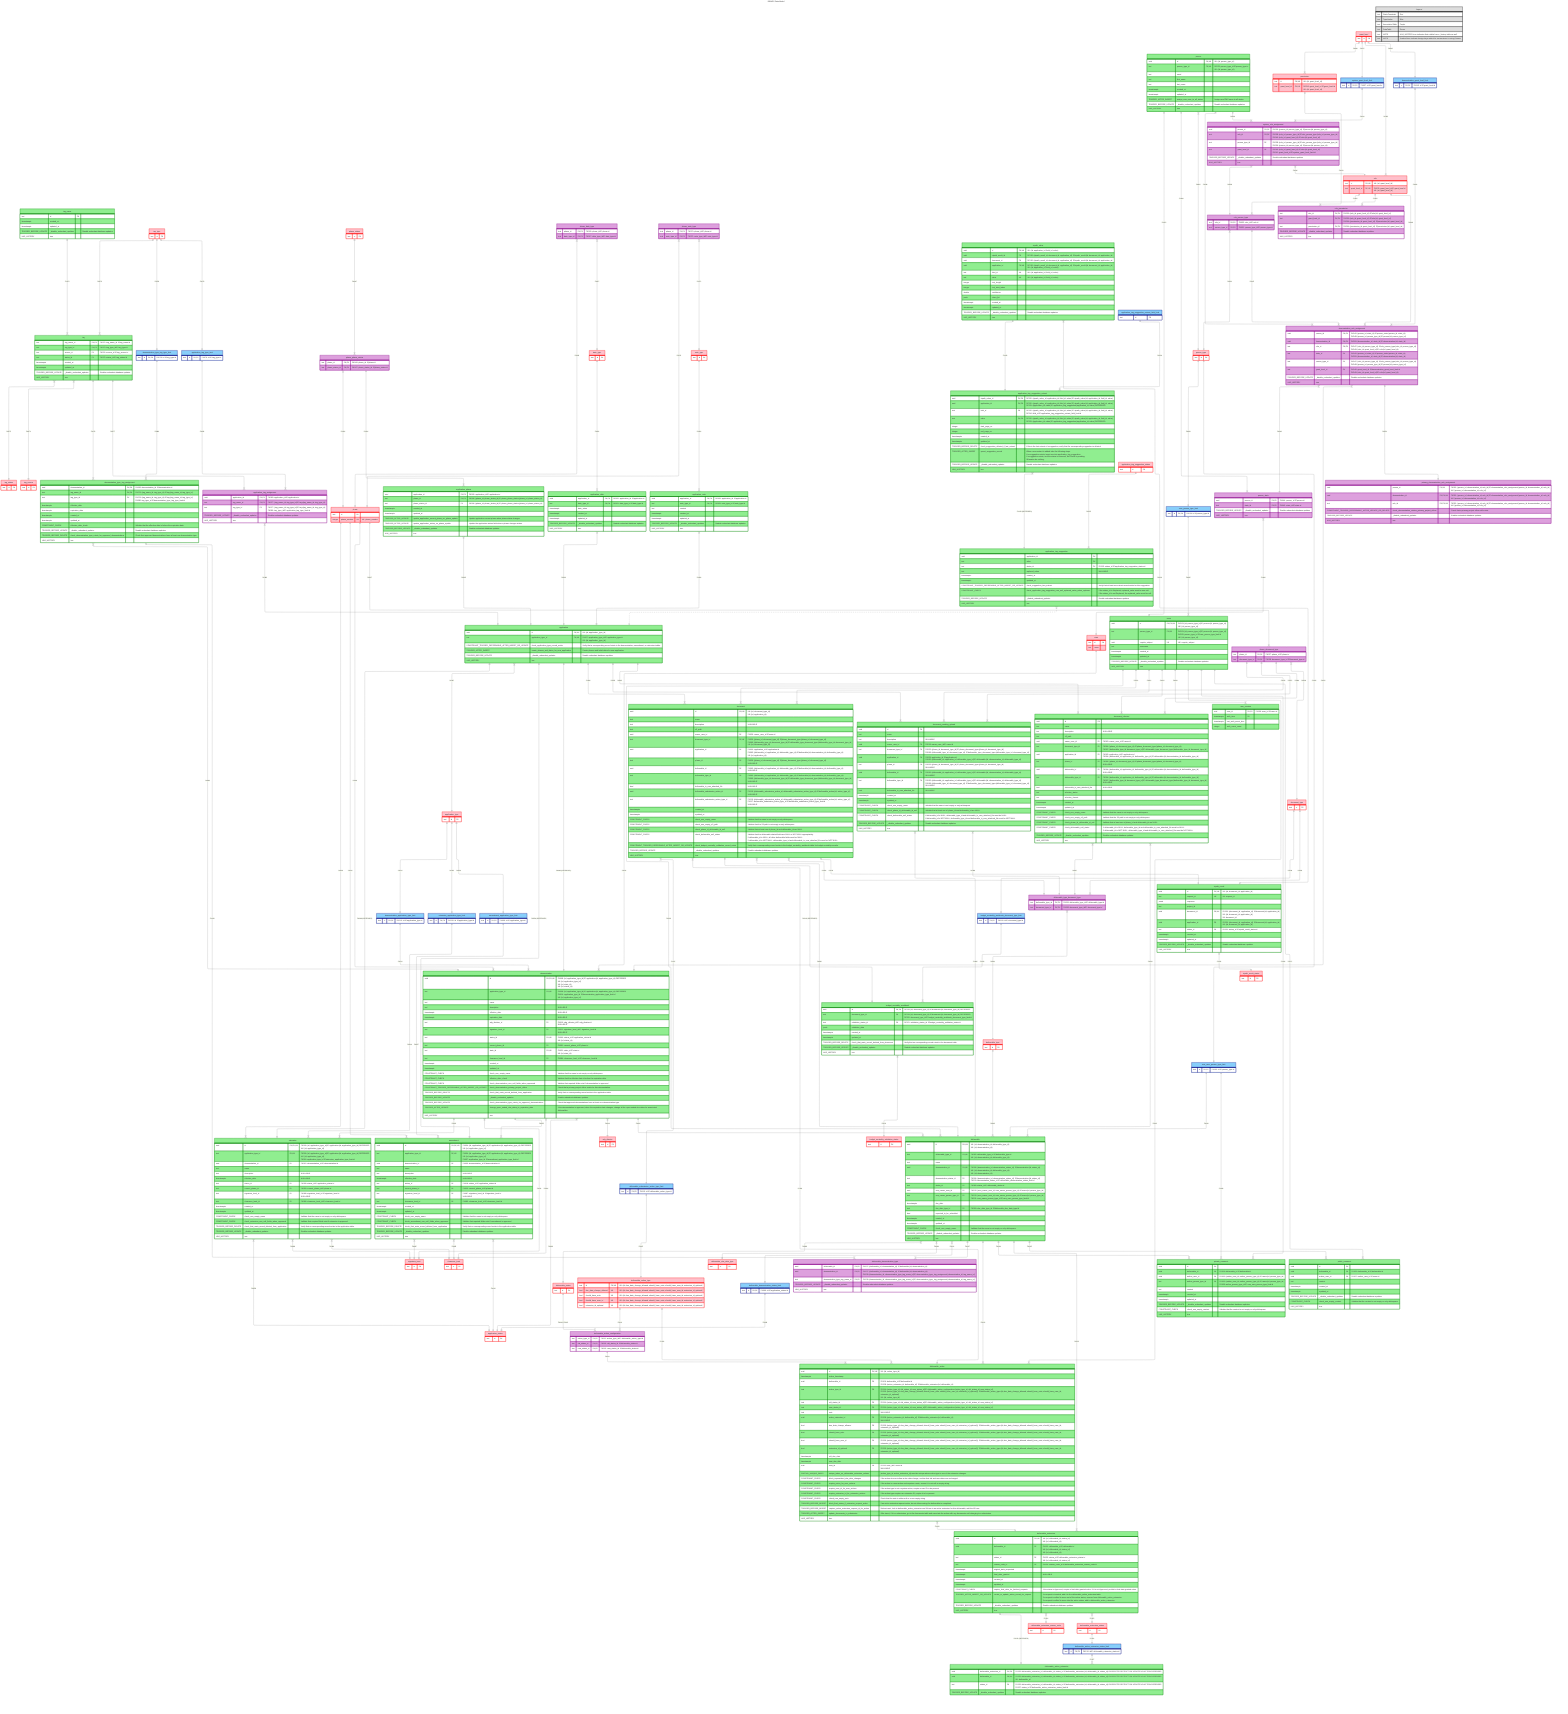
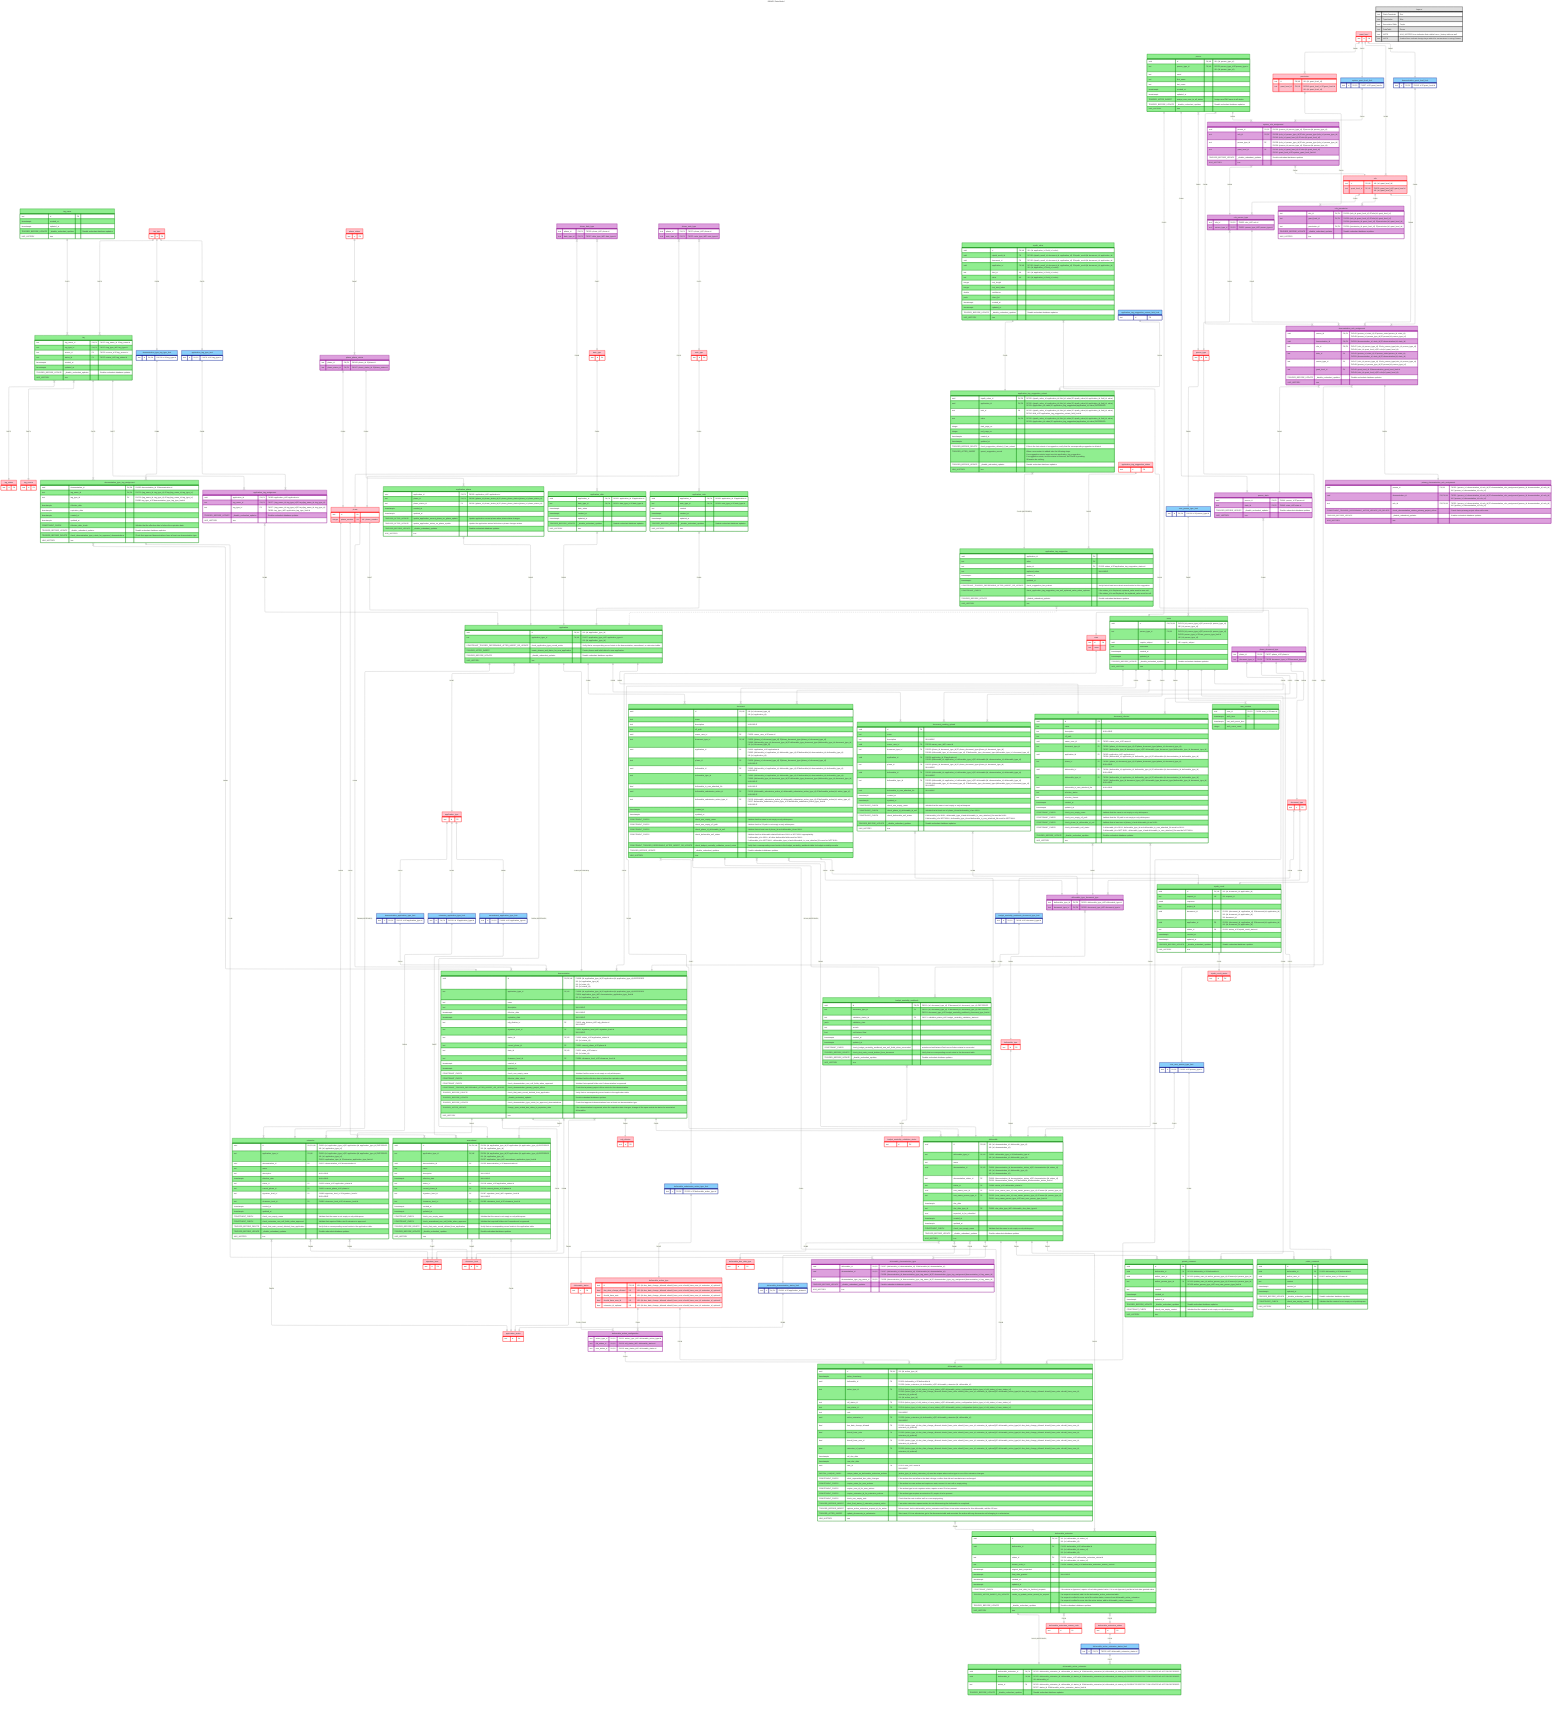
---
title: DEMOS Data Model
config:
  theme: default
  layout: elk
  elk:
    nodePlacementStrategy: NETWORK_SIMPLEX
---

erDiagram
  classDef staticConstraint stroke:red,fill:pink
  classDef typeLimiter stroke:navy,fill:lightskyblue
  classDef dataTable stroke:green,fill:lightgreen
  classDef associativeTable stroke:darkmagenta,fill:plum
  classDef legend stroke:black,fill:#ddd

  tag_name ||--|{ tag : "FK072"
  tag_type ||--|{ tag : "FK073"
  tag }|--|| tag_status : "FK075"
  tag }|--|| tag_source : "FK074"
  tag ||--|{ demonstration_type_tag_assignment : "FK076"
  tag ||--|{ application_tag_assignment : "FK077"
  tag_type ||--|| demonstration_type_tag_type_limit : "FK078"
  tag_type ||--|| application_tag_type_limit : "FK079"
  demonstration_type_tag_type_limit ||--|{ demonstration_type_tag_assignment : "FK080"
  application_tag_type_limit ||--|{ application_tag_assignment : "FK081"
  demonstration_type_tag_assignment }|--|| demonstration : "FK082"
  application_tag_assignment }|--|| application : "FK083"
  phase_status ||--|{ phase_phase_status : "FK067"
  phase_phase_status }|--|| phase : "FK066"
  phase_phase_status ||--|{ application_phase  : "FK004"
  phase_date_type }|--|| phase : "FK003"
  phase_note_type }|--|| phase : "FK070"
  phase_date_type }|--|| date_type: "FK017"
  phase_note_type }|--|| note_type: "FK071"
  application_phase }|--|| application : "FK005"
  date_type ||--|{ application_date  : "FK001"
  note_type ||--|{ application_note  : "FK069"
  application_date }|--|| application : "FK002"
  application_note }|--|| application : "FK068"
  application }|--|| application_type : "FK007"
  application ||--|| demonstration : "FK008 (DEFERRED)"
  application ||--|| extension : "FK009 (DEFERRED)"
  application ||--|| amendment : "FK054 (DEFERRED)"
  demonstration }|--|| sdg_division : "FK010"
  demonstration }|--|| signature_level : "FK011"
  demonstration ||--|{ extension : "FK012"
  demonstration ||--|{ amendment : "FK055"
  application_type ||--|| demonstration_application_type_limit : "FK013"
  demonstration_application_type_limit ||--|{ demonstration : "FK014"
  application_type ||--|| extension_application_type_limit : "FK015"
  extension_application_type_limit ||--|{ extension : "FK016"
  application_type ||--|| amendment_application_type_limit : "FK056"
  amendment_application_type_limit ||--|{ amendment : "FK057"
  amendment }|--|| application_status : "FK018"
  phase ||--|{ amendment : "FK020"
  extension }|--|| application_status : "FK058"
  phase ||--|{ extension : "FK059"
  demonstration }|--|| application_status : "FK060"
  phase ||--|{ demonstration : "FK061"
  state ||--|{ demonstration : "FK021"
  person }|--|| person_type : "FK022"
  person ||--|| users : "FK023"
  person_type ||--|| user_person_type_limit : "FK024"
  user_person_type_limit ||--|{ users : "FK025"
  users ||--|{ document : "FK026"
  users ||--|{ document_pending_upload : "FK019"
  users ||--|{ document_infected : "FK063"
  users ||--|{ user_session : "FK139"
  phase ||--|{ phase_document_type : "FK027"
  phase_document_type }|--|| document_type : "FK028"
  phase_document_type ||--|{ document : "FK029"
  phase_document_type ||--|{ document_pending_upload : "FK052"
  phase_document_type ||--|{ document_infected : "FK064"
  application ||--|{ document : "FK030"
  application ||--|{ document_pending_upload : "FK053"
  application ||--|{ document_infected : "FK065"
  role_person_type }|--|| person_type : "FK031"
  role ||--|{ role_person_type : "FK032"
  role ||--|{ role_permission : "FK033"
  permission ||--|{ role_permission : "FK034"
  grant_level ||--|{ role : "FK035"
  grant_level ||--|{ permission : "FK036"
  system_grant_level_limit ||--|{ system_role_assignment : "FK041"
  system_role_assignment }|--|| role_person_type : "FK038"
  person ||--|{ system_role_assignment : "FK039"
  system_role_assignment }|--|| role : "FK040"
  grant_level ||--|| system_grant_level_limit : "FK037"
  demonstration_role_assignment }|--|| person_state : "FK042"
  person_state }|--|| state : "FK043"
  person ||--|{ person_state : "FK044"
  grant_level ||--|| demonstration_grant_level_limit : "FK045"
  demonstration_grant_level_limit ||--|{ demonstration_role_assignment : "FK046"
  role_person_type ||--|{ demonstration_role_assignment : "FK047"
  person ||--|{ demonstration_role_assignment : "FK048"
  role ||--|{ demonstration_role_assignment : "FK049"
  demonstration_role_assignment }|--|| demonstration : "FK050"
  demonstration_role_assignment ||--|| primary_demonstration_role_assignment : "FK051"
  demonstration }|--|| clearance_level : "FK084"
  amendment }|--|| clearance_level : "FK085"
  extension }|--|| clearance_level : "FK086"
  amendment }|--|| signature_level : "FK087"
  extension }|--|| signature_level : "FK088"
  document_type ||--|| budget_neutrality_workbook_document_type_limit : "FK118"
  document ||--|| budget_neutrality_workbook : "FK119 (DEFERRED)"
  budget_neutrality_workbook_document_type_limit ||--|{ budget_neutrality_workbook : "FK120"
  budget_neutrality_workbook }|--|| budget_neutrality_validation_status : "FK121"
  document }|--|| deliverable_action : "FK116"
  document }|--|| deliverable_submission_action_type_limit : "FK117"
  deliverable_status ||--|{ deliverable_action_configuration : "FK110, FK113"
  deliverable_action_type ||--|{ deliverable_action_configuration : "FK111"
  deliverable_action_type ||--|{ deliverable_action : "FK136"
  deliverable_action_configuration ||--|{ deliverable_action : "FK114"
  deliverable_submission_action_type_limit ||--|| deliverable_action_type : "FK115"
  demonstration ||--|{ deliverable : "FK006"
  deliverable_type ||--|{ deliverable : "FK062"
  deliverable }|--|| deliverable_status : "FK089"
  deliverable }|--|| deliverable_due_date_type : "FK090"
  document_type ||--|{ deliverable_type_document_type : "FK092"
  deliverable_type_document_type }|--|| deliverable_type : "FK091"
  document }|--|| deliverable : "FK093"
  document_infected }|--|| deliverable : "FK094"
  document_pending_upload }|--|| deliverable : "FK095"
  document }|--|| deliverable_type_document_type : "FK096"
  document_infected }|--|| deliverable_type_document_type : "FK097"
  document_pending_upload }|--|| deliverable_type_document_type : "FK098"
  deliverable_demonstration_status_limit ||--|| application_status : "FK099"
  deliverable }|--|| deliverable_demonstration_status_limit : "FK100"
  cms_user_person_type_limit ||--|{ deliverable : "FK101"
  person_type ||--|| cms_user_person_type_limit : "FK102"
  users ||--|{ deliverable : "FK103"
  deliverable ||--|{ deliverable_action : "FK109"
  deliverable_action }|--|| deliverable_extension : "FK128"
  deliverable ||--|{ deliverable_extension : "FK122"
  deliverable ||--|{ deliverable_demonstration_type : "FK137"
  demonstration_type_tag_assignment ||--|{ deliverable_demonstration_type : "FK138"
  deliverable_extension }|--|| deliverable_extension_reason_code : "FK124"
  deliverable_extension }|--|| deliverable_extension_status : "FK123"
  deliverable_extension_status ||--|| deliverable_active_extension_status_limit : "FK126"
  deliverable_active_extension_status_limit ||--|{ deliverable_active_extension : "FK127"
  deliverable_extension ||--|| deliverable_active_extension : "FK125 (DEFERRED)"
  deliverable ||--|{ private_comment : "FK104"
  deliverable ||--|{ public_comment : "FK105"
  users ||--|{ private_comment : "FK106"
  users ||--|{ public_comment : "FK107"
  cms_user_person_type_limit ||--|{ private_comment : "FK108"
  users ||--|{ deliverable_action : "FK112"
  document ||--|| uipath_result : "FK129"
  uipath_result ||--|{ uipath_value : "FK130"
  uipath_result }|--|| uipath_result_status : "FK131"
  uipath_value ||--|| application_tag_suggestion_extract : "FK132"
  application_tag_suggestion_extract }|--|| application_tag_suggestion : "FK133 (DEFERRED)"
  application_tag_suggestion_extract_field_limit ||--|{ application_tag_suggestion_extract : "FK134"
  application_tag_suggestion_status ||--|{ application_tag_suggestion : "FK135"
  application_tag_suggestion }|..|| application : ""

  %% Static Constraints
  application_status:::staticConstraint {
    text id PK
  }

  application_tag_suggestion_status:::staticConstraint {
    text id PK
  }

  application_type:::staticConstraint {
    text id PK
  }

  budget_neutrality_validation_status:::staticConstraint {
    text id PK
  }

  clearance_level:::staticConstraint {
    text id PK
  }

  date_type:::staticConstraint {
    text id PK
  }

  deliverable_action_type:::staticConstraint {
    text id PK, UK "UK: (id, due_date_change_allowed, should_have_note, should_have_user_id, extension_id_optional)"
    bool due_date_change_allowed UK "UK: (id, due_date_change_allowed, should_have_note, should_have_user_id, extension_id_optional)"
    bool should_have_note UK "UK: (id, due_date_change_allowed, should_have_note, should_have_user_id, extension_id_optional)"
    bool should_have_user_id UK "UK: (id, due_date_change_allowed, should_have_note, should_have_user_id, extension_id_optional)"
    bool extension_id_optional UK "UK: (id, due_date_change_allowed, should_have_note, should_have_user_id, extension_id_optional)"
  }

  deliverable_due_date_type:::staticConstraint {
    text id PK
  }

  deliverable_extension_reason_code:::staticConstraint {
    text id PK
  }

  deliverable_extension_status:::staticConstraint {
    text id PK
  }

  deliverable_status:::staticConstraint {
    text id PK
  }

  deliverable_type:::staticConstraint {
    text id PK
  }

  document_type:::staticConstraint {
    text id PK
  }

  grant_level:::staticConstraint {
    text id PK
  }

  note_type:::staticConstraint {
    text id PK
  }

  permission:::staticConstraint {
    text id PK, UK "UK: (id, grant_level_id)"
    text grant_level_id FK, UK "FK036: grant_level_id ∈ grant_level.id<br>UK: (id, grant_level_id)"
  }

  person_type:::staticConstraint {
    text id PK
  }

  phase:::staticConstraint {
    text id PK
    integer phase_number UK "UK: phase_number"
  }

  phase_status:::staticConstraint {
    text id PK
  }

  role:::staticConstraint {
    text id PK, UK "UK: (id, grant_level_id)"
    text grant_level_id FK, UK "FK035: grant_level_id ∈ grant_level.id<br>UK: (id, grant_level_id)"
  }

  sdg_division:::staticConstraint {
    text id PK
  }

  signature_level:::staticConstraint {
    text id PK
  }

  state:::staticConstraint {
    text id PK
    text name
  }

  tag_source:::staticConstraint {
    text id PK
  }

  tag_status:::staticConstraint {
    text id PK
  }

  tag_type:::staticConstraint {
    text id PK
  }

  uipath_result_status:::staticConstraint {
    text id PK
  }

  %% Type Limiters
  amendment_application_type_limit:::typeLimiter {
    text id PK, FK "FK056: id ∈ application_type.id"
  }

  application_tag_suggestion_extract_field_limit:::typeLimiter {
    text id PK
  }

  application_tag_type_limit:::typeLimiter {
    text id PK, FK "FK079: id ∈ tag_type.id"
  }

  budget_neutrality_workbook_document_type_limit:::typeLimiter {
    text id PK, FK "FK118: id ∈ document_type.id"
  }

  cms_user_person_type_limit:::typeLimiter {
    text id PK, FK "FK102: id ∈ person_type.id"
  }

  deliverable_active_extension_status_limit:::typeLimiter {
    text id PK, FK "FK126: id ∈ deliverable_extension_status.id"
  }

  deliverable_demonstration_status_limit:::typeLimiter {
    text id PK, FK "FK099: id ∈ application_status.id"
  }

  deliverable_submission_action_type_limit:::typeLimiter {
    text id PK, FK "FK115: id ∈ deliverable_action_type.id"
  }

  demonstration_application_type_limit:::typeLimiter {
    text id PK, FK "FK013: id ∈ application_type.id"
  }

  demonstration_grant_level_limit:::typeLimiter {
    text id PK, FK "FK045: id ∈ grant_level.id"
  }

  demonstration_type_tag_type_limit:::typeLimiter {
    text id PK, FK "FK078: id ∈ tag_type.id"
  }

  extension_application_type_limit:::typeLimiter {
    text id PK, FK "FK015: id ∈ application_type.id"
  }

  system_grant_level_limit:::typeLimiter {
    text id PK, FK "FK037: id ∈ grant_level.id"
  }

  user_person_type_limit:::typeLimiter {
    text id PK, FK "FK024: id ∈ person_type.id"
  }

  %% Data Tables
  amendment:::dataTable {
    uuid id PK, FK, UK "FK054: (id, application_type_id) ∈ application.(id, application_type_id) DEFERRED<br>UK: (id, application_type_id)"
    text application_type_id FK, UK "FK054: (id, application_type_id) ∈ application.(id, application_type_id) DEFERRED<br>UK: (id, application_type_id)<br>FK057: application_type_id ∈ amendment_application_type_limit.id"
    uuid demonstration_id FK "FK055: demonstration_id ∈ demonstration.id"
    text name
    text description "NULLABLE"
    timestamptz effective_date "NULLABLE"
    text status_id FK "FK018: status_id ∈ application_status.id"
    text current_phase_id FK "FK020: current_phase_id ∈ phase.id"
    text signature_level_id FK "FK087: signature_level_id ∈ signature_level.id<br>NULLABLE"
    text clearance_level_id FK "FK085: clearance_level_id ∈ clearance_level.id"
    timestamptz created_at
    timestamptz updated_at
    CONSTRAINT_CHECK check_non_empty_name "Validate that the name is not empty or only whitespace."
    CONSTRAINT_CHECK check_amendment_non_null_fields_when_approved  "Validate that required fields exist if amendment is approved."
    TRIGGER_BEFORE_DELETE check_that_main_record_deleted_from_application "Verify that no corresponding record exists in the application table."
    TRIGGER_BEFORE_UPDATE _disable_redundant_updates "Disable redundant database updates."
    HAS_HISTORY true
  }

  application:::dataTable {
    uuid id PK, UK "UK: (id, application_type_id)"
    text application_type_id FK, UK "FK007: application_type_id ∈ application_type.id<br>UK: (id, application_type_id)"
    CONSTRAINT_TRIGGER_DEFERRABLE_AFTER_INSERT_OR_UPDATE check_application_type_record_exists "Verify that a corresponding record exists in the demonstration, amendment, or extension tables."
    TRIGGER_AFTER_INSERT create_phases_and_dates_for_new_application "Create phases and initial dates for new application."
    TRIGGER_BEFORE_UPDATE _disable_redundant_updates "Disable redundant database updates."
    HAS_HISTORY true
  }

  application_date:::dataTable {
    uuid application_id PK, FK "FK002: application_id ∈ application.id"
    text date_type_id PK, FK "FK001: date_type_id ∈ date_type.id"
    timestamptz date_value
    timestamptz created_at
    timestamptz updated_at
    TRIGGER_BEFORE_UPDATE _disable_redundant_updates "Disable redundant database updates."
    HAS_HISTORY true
  }

  application_note:::dataTable {
    uuid application_id PK, FK "FK068: application_id ∈ application.id"
    text note_type_id PK, FK "FK069: note_type_id ∈ note_type.id"
    text content
    timestamptz created_at
    timestamptz updated_at
    TRIGGER_BEFORE_UPDATE _disable_redundant_updates "Disable redundant database updates."
    HAS_HISTORY true
  }

  application_phase:::dataTable {
    uuid application_id PK, FK "FK005: application_id ∈ application.id"
    text phase_id PK, FK "FK004: (phase_id, phase_status_id) ∈ phase_phase_status.(phase_id, phase_status_id)"
    text phase_status_id FK "FK004: (phase_id, phase_status_id) ∈ phase_phase_status.(phase_id, phase_status_id)"
    timestamptz created_at
    timestamptz updated_at
    TRIGGER_AFTER_UPDATE update_application_current_phase_on_phase_update "Update application current phase when phase status changes."
    TRIGGER_AFTER_UPDATE update_application_status_on_phase_update "Update the application status field when a phase changes status."
    TRIGGER_BEFORE_UPDATE _disable_redundant_updates "Disable redundant database updates."
    HAS_HISTORY true
  }

  application_tag_suggestion:::dataTable {
    uuid application_id PK
    text value PK
    text status_id FK "FK135: status_id ∈ application_tag_suggestion_status.id"
    text replaced_value "NULLABLE"
    timestamptz created_at
    timestamptz updated_at
    CONSTRAINT_TRIGGER_DEFERRABLE_AFTER_INSERT_OR_UPDATE check_suggestion_has_extract "Verify that at least one extract record exists for this suggestion."
    CONSTRAINT_CHECK check_application_tag_suggestion_non_null_replaced_value_when_replaced "If the status_id is Replaced, replaced_value must be non null.<br>If the status_id is not Replaced, the replaced_value must be null."
    TRIGGER_BEFORE_UPDATE _disable_redundant_updates "Disable redundant database updates."
    HAS_HISTORY true
  }

  application_tag_suggestion_extract:::dataTable {
    uuid uipath_value_id PK, FK "FK132: (uipath_value_id, application_id, field_id, value) ∈ uipath_value.(id, application_id, field_id, value)"
    uuid application_id PK, FK "FK132: (uipath_value_id, application_id, field_id, value) ∈ uipath_value.(id, application_id, field_id, value)<br>FK133: (application_id, value) ∈ application_tag_suggestion.(application_id, value) DEFERRED"
    text field_id FK "FK132: (uipath_value_id, application_id, field_id, value) ∈ uipath_value.(id, application_id, field_id, value)<br>FK134: field_id ∈ application_tag_suggestion_extract_field_limit.id"
    text value PK, FK "FK132: (uipath_value_id, application_id, field_id, value) ∈ uipath_value.(id, application_id, field_id, value)<br>FK133: (application_id, value) ∈ application_tag_suggestion.(application_id, value) DEFERRED"
    integer start_page_no
    integer end_page_no
    timestamptz created_at
    timestamptz updated_at
    TRIGGER_BEFORE_DELETE check_suggestion_deleted_if_last_extract "If this is the last extract of a suggestion, verify that the corresponding suggestion is deleted."
    TRIGGER_AFTER_INSERT upsert_suggestion_record "When a new extract is added take the following steps.<br>If no suggestion exists, insert one into application_tag_suggestion.<br>If a suggestion exists, and the status is removed, set it back to pending.<br>Otherwise do nothing."
    TRIGGER_BEFORE_UPDATE _disable_redundant_updates "Disable redundant database updates."
    HAS_HISTORY true
  }

  budget_neutrality_workbook:::dataTable {
    uuid id PK, FK "FK119: (id, document_type_id) ∈ document.(id, document_type_id) DEFERRED"
    text document_type_id FK "FK119: (id, document_type_id) ∈ document.(id, document_type_id) DEFERRED<br>FK120: document_type_id ∈ budget_neutrality_workbook_document_type_limit.id"
    text validation_status_id FK "FK121: validation_status_id ∈ budget_neutrality_validation_status.id"
    jsonb validation_data
-     timestamptz created_at
-     timestamptz updated_at
+     text actuals
+     float netVarianceTotal
+     timestamptz created_at
+     timestamptz updated_at
+     CONSTRAINT_CHECK check_budget_neutrality_workbook_non_null_fields_when_succeeded "actuals and netVarianceTotal non null when status is succeeded"
    TRIGGER_BEFORE_DELETE check_that_main_record_deleted_from_document "Verify that no corresponding record exists in the document table."
    TRIGGER_BEFORE_UPDATE _disable_redundant_updates "Disable redundant database updates."
    HAS_HISTORY true
  }

  %% NOTE: That empty line with <br>&nbsp; is a layout hack for Mermaid
  deliverable:::dataTable {
    uuid id PK, UK "UK: (id, demonstration_id, deliverable_type_id)<br>UK: (id, demonstration_id)<br>&nbsp;"
    text deliverable_type_id FK, UK "FK062: deliverable_type_id ∈ deliverable_type.id<br>UK: (id, demonstration_id, deliverable_type_id)"
    text name
    uuid demonstration_id FK, UK "FK006: (demonstration_id, demonstration_status_id) ∈ demonstration.(id, status_id)<br>UK: (id, demonstration_id, deliverable_type_id)<br>UK: (id, demonstration_id)"
    text demonstration_status_id FK "FK006: (demonstration_id, demonstration_status_id) ∈ demonstration.(id, status_id)<br>FK100: demonstration_status_id ∈ deliverable_demonstration_status_limit.id"
    text status_id FK "FK089: status_id ∈ deliverable_status.id"
    uuid cms_owner_user_id FK "FK103: (cms_owner_user_id, cms_owner_person_type_id) ∈ users.(id, person_type_id)"
    text cms_owner_person_type_id FK "FK103: (cms_owner_user_id, cms_owner_person_type_id) ∈ users.(id, person_type_id)<br>FK101: cms_owner_person_type_id ∈ cms_user_person_type_limit.id"
    timestamptz due_date
    text due_date_type_id FK "FK090: due_date_type_id ∈ deliverable_due_date_type.id"
    bool expected_to_be_submitted
    timestamptz created_at
    timestamptz updated_at
    CONSTRAINT_CHECK check_non_empty_name "Validate that the name is not empty or only whitespace."
    TRIGGER_BEFORE_UPDATE _disable_redundant_updates "Disable redundant database updates."
    HAS_HISTORY true
  }

  deliverable_action:::dataTable {
    uuid id PK, UK "UK: (id, action_type_id)"
    timestamptz action_timestamp
    uuid deliverable_id FK "FK109: deliverable_id ∈ deliverable.id<br>FK128: (active_extension_id, deliverable_id) ∈ deliverable_extension.(id, deliverable_id)"
    text action_type_id FK "FK114: (action_type_id, old_status_id, new_status_id) ∈ deliverable_action_configuration.(action_type_id, old_status_id, new_status_id)<br>FK136: (action_type_id, due_date_change_allowed, should_have_note, should_have_user_id, extension_id_optional)) ∈ deliverable_action_type.(id, due_date_change_allowed, should_have_note, should_have_user_id, extension_id_optional)<br>UK: (id, action_type_id)"
    text old_status_id FK "FK114: (action_type_id, old_status_id, new_status_id) ∈ deliverable_action_configuration.(action_type_id, old_status_id, new_status_id)"
    text new_status_id FK "FK114: (action_type_id, old_status_id, new_status_id) ∈ deliverable_action_configuration.(action_type_id, old_status_id, new_status_id)"
    text note "NULLABLE"
    uuid active_extension_id FK "FK128: (active_extension_id, deliverable_id) ∈ deliverable_extension.(id, deliverable_id)<br>NULLABLE"
    bool due_date_change_allowed FK "FK136: (action_type_id, due_date_change_allowed, should_have_note, should_have_user_id, extension_id_optional)) ∈ deliverable_action_type.(id, due_date_change_allowed, should_have_note, should_have_user_id, extension_id_optional)"
    bool should_have_note FK "FK136: (action_type_id, due_date_change_allowed, should_have_note, should_have_user_id, extension_id_optional)) ∈ deliverable_action_type.(id, due_date_change_allowed, should_have_note, should_have_user_id, extension_id_optional)"
    bool should_have_user_id FK "FK136: (action_type_id, due_date_change_allowed, should_have_note, should_have_user_id, extension_id_optional)) ∈ deliverable_action_type.(id, due_date_change_allowed, should_have_note, should_have_user_id, extension_id_optional)"
    bool extension_id_optional FK "FK136: (action_type_id, due_date_change_allowed, should_have_note, should_have_user_id, extension_id_optional)) ∈ deliverable_action_type.(id, due_date_change_allowed, should_have_note, should_have_user_id, extension_id_optional)"
    timestamptz old_due_date
    timestamptz new_due_date
    uuid user_id FK "FK112: user_id ∈ users.id<br>NULLABLE"
    PARTIAL_UNIQUE_INDEX unique_index_on_deliverable_extension_actions "(action_type_id, active_extension_id) must be unique where action type is one of the extension changes."
    CONSTRAINT_CHECK block_unpermitted_due_date_changes "If the action does not allow a due date change, confirm that old and new dates are unchanged."
    CONSTRAINT_CHECK require_notes_for_user_actions "If the action is a user action and requires a note, ensure it is not null or empty string."
    CONSTRAINT_CHECK require_user_id_for_user_actions "If the action type is not a system action, require a user ID to be present."
    CONSTRAINT_CHECK require_extension_id_for_extension_actions "If the action type requires an extension ID, require it to be present."
    CONSTRAINT_CHECK check_non_empty_note "Check that the note is either null or a non empty string."
    TRIGGER_BEFORE_INSERT block_final_states_if_extension_request_active "If an active extension request exists, do not allow moving the deliverable to completed."
    TRIGGER_BEFORE_INSERT capture_active_extension_request_id_for_action "Before insert, look in deliverable_active_extension and if there is an active extension for this deliverable, add the ID here."
    TRIGGER_AFTER_INSERT update_documents_in_submission "After insert, if it is a submission, go to the documents table and associate the action with any documents not belonging to a submission."
    HAS_HISTORY true
  }

  deliverable_active_extension:::dataTable {
    uuid deliverable_extension_id PK, FK "FK125: deliverable_extension_id, deliverable_id, status_id ∈ deliverable_extension.(id, deliverable_id, status_id) ON DELETE RESTRICT ON UPDATE NO ACTION DEFERRED"
    uuid deliverable_id FK, UK "FK125: deliverable_extension_id, deliverable_id, status_id ∈ deliverable_extension.(id, deliverable_id, status_id) ON DELETE RESTRICT ON UPDATE NO ACTION DEFERRED<br>UK: deliverable_id"
    text status_id FK "FK125: deliverable_extension_id, deliverable_id, status_id ∈ deliverable_extension.(id, deliverable_id, status_id) ON DELETE RESTRICT ON UPDATE NO ACTION DEFERRED<br>FK127: status_id ∈ deliverable_active_extension_status_limit.id"
    TRIGGER_BEFORE_UPDATE _disable_redundant_updates "Disable redundant database updates."
  }

  deliverable_extension:::dataTable {
    uuid id PK, UK "UK: (id, deliverable_id, status_id)<br>UK: (id, deliverable_id)"
    uuid deliverable_id FK "FK122: deliverable_id ∈ deliverable.id<br>UK: (id, deliverable_id, status_id)<br>UK: (id, deliverable_id)"
    text status_id FK "FK123: status_id ∈ deliverable_extension_status.id<br>UK: (id, deliverable_id, status_id)"
    text reason_code_id FK "FK124: reason_code_id ∈ deliverable_extension_reason_code.id"
    timestamptz original_date_requested
    timestamptz final_date_granted "NULLABLE"
    timestamptz created_at
    timestamptz updated_at
    CONSTRAINT_CHECK require_final_date_for_finished_requests "If the status is Approved, require a final date granted value. If it is not Approved, prohibit a final date granted value."
    TRIGGER_AFTER_INSERT_OR_UPDATE create_or_update_active_record_for_request "If a request is inserted, add it to the deliverable_active_extension table.<br>If a request is edited to move out of the active status, remove from deliverable_active_extension.<br>If a request is edited to move into the active status, add to deliverable_active_extension."
    TRIGGER_BEFORE_UPDATE _disable_redundant_updates "Disable redundant database updates."
    HAS_HISTORY true
  }

  demonstration:::dataTable {
    uuid id PK, FK, UK "FK008: (id, application_type_id) ∈ application.(id, application_type_id) DEFERRED<br>UK: (id, application_type_id)<br>UK: (id, state_id)<br>UK: (id, status_id)"
    text application_type_id FK, UK "FK008: (id, application_type_id) ∈ application.(id, application_type_id) DEFERRED<br>FK014: application_type_id ∈ demonstration_application_type_limit.id<br>UK: (id, application_type_id)"
    text name
    text description "NULLABLE"
    timestamptz effective_date "NULLABLE"
    timestamptz expiration_date "NULLABLE"
    text sdg_division_id FK "FK010: sdg_division_id ∈ sdg_division.id<br>NULLABLE"
    text signature_level_id FK "FK011: signature_level_id ∈ signature_level.id<br>NULLABLE"
    text status_id FK, UK "FK060: status_id ∈ application_status.id<br>UK: (id, status_id)"
    text current_phase_id FK "FK061: current_phase_id ∈ phase.id"
    text state_id FK, UK "FK021: state_id ∈ state.id<br>UK: (id, state_id)"
    text clearance_level_id FK "FK084: clearance_level_id ∈ clearance_level.id"
    timestamptz created_at
    timestamptz updated_at
    CONSTRAINT_CHECK check_non_empty_name "Validate that the name is not empty or only whitespace."
    CONSTRAINT_CHECK effective_date_check "Validate that the effective date is before the expiration date."
    CONSTRAINT_CHECK check_demonstration_non_null_fields_when_approved "Validate that required fields exist if demonstration is approved."
    CONSTRAINT_TRIGGER_DEFERRABLE_AFTER_INSERT_OR_UPDATE check_demonstration_primary_project_officer "Check that a primary project officer exists for this demonstration."
    TRIGGER_BEFORE_DELETE check_that_main_record_deleted_from_application "Verify that no corresponding record exists in the application table."
    TRIGGER_BEFORE_UPDATE _disable_redundant_updates "Disable redundant database updates."
    TRIGGER_BEFORE_UPDATE check_demonstration_type_exists_for_approved_demonstrations "Check that approved demonstrations have at least one demonstration type."
    TRIGGER_AFTER_UPDATE change_open_ended_due_dates_to_expiration_date "If the demonstration is approved, when the expiration date changes, change all the open-ended due dates for associated deliverables."
    HAS_HISTORY true
  }

  demonstration_type_tag_assignment:::dataTable {
    uuid demonstration_id PK, FK "FK082: demonstration_id ∈ demonstration.id"
    text tag_name_id PK, FK "FK076: (tag_name_id, tag_type_id) ∈ tag.(tag_name_id, tag_type_id)"
    text tag_type_id FK "FK076: (tag_name_id, tag_type_id) ∈ tag.(tag_name_id, tag_type_id)<br>FK080: tag_type_id ∈ demonstration_type_tag_type_limit.id"
    timestamptz effective_date
    timestamptz expiration_date
    timestamptz created_at
    timestamptz updated_at
    CONSTRAINT_CHECK effective_date_check "Validate that the effective date is before the expiration date."
    TRIGGER_BEFORE_UPDATE _disable_redundant_updates "Disable redundant database updates."
    TRIGGER_BEFORE_DELETE check_demonstration_type_exists_for_approved_demonstrations "Check that approved demonstrations have at least one demonstration type."
    HAS_HISTORY true
  }

  document:::dataTable {
    uuid id PK, UK "UK: (id, document_type_id)<br>UK: (id, application_id)"
    text name
    text description "NULLABLE"
    text s3_path
    uuid owner_user_id FK "FK026: owner_user_id ∈ users.id"
    text document_type_id FK, UK "FK029: (phase_id, document_type_id) ∈ phase_document_type.(phase_id, document_type_id)<br>FK096: (deliverable_type_id, document_type_id) ∈ deliverable_type_document_type.(deliverable_type_id, document_type_id)<br>UK: (id, document_type_id)"
    uuid application_id FK "FK030: application_id ∈ application.id<br>FK093: (deliverable_id, application_id, deliverable_type_id) ∈ deliverable.(id, demonstration_id, deliverable_type_id)<br>UK: (id, application_id)"
    text phase_id FK "FK029: (phase_id, document_type_id) ∈ phase_document_type.(phase_id, document_type_id)<br>NULLABLE"
    uuid deliverable_id FK "FK093: (deliverable_id, application_id, deliverable_type_id) ∈ deliverable.(id, demonstration_id, deliverable_type_id)<br>NULLABLE"
    text deliverable_type_id FK "FK093: (deliverable_id, application_id, deliverable_type_id) ∈ deliverable.(id, demonstration_id, deliverable_type_id)<br>FK096: (deliverable_type_id, document_type_id) ∈ deliverable_type_document_type.(deliverable_type_id, document_type_id)<br>NULLABLE"
    bool deliverable_is_cms_attached_file "NULLABLE"
    uuid deliverable_submission_action_id FK "FK116: (deliverable_submission_action_id, deliverable_submission_action_type_id) ∈ deliverable_action.(id, action_type_id)<br>NULLABLE"
    text deliverable_submission_action_type_id FK "FK116: (deliverable_submission_action_id, deliverable_submission_action_type_id) ∈ deliverable_action.(id, action_type_id)<br>FK117: deliverable_submission_action_type_id ∈ deliverable_submission_action_type_limit.id<br>NULLABLE"
    timestamptz created_at
    timestamptz updated_at
    CONSTRAINT_CHECK check_non_empty_name "Validate that the name is not empty or only whitespace."
    CONSTRAINT_CHECK check_non_empty_s3_path "Validate that the S3 path is not empty or only whitespace."
    CONSTRAINT_CHECK check_phase_id_deliverable_id_null "Validate that at least one of phase_id and deliverable_id are NULL."
    CONSTRAINT_CHECK check_deliverable_null_states "Validate that the deliverable-related fields are NULL or NOT NULL appropriately.<br>If deliverable_id is NULL, all other deliverable fields must be NULL.<br>If deliverable_id is NOT NULL, deliverable_type_id and deliverable_is_cms_attached_file must be NOT NULL."
    CONSTRAINT_TRIGGER_DEFERRABLE_AFTER_INSERT_OR_UPDATE check_budget_neutrality_validation_record_exists "Verify that a corresponding record exists in the budget_neutrality_workbook table for budget neutrality records."
    TRIGGER_BEFORE_UPDATE _disable_redundant_updates "Disable redundant database updates."
    HAS_HISTORY true
  }

  document_infected:::dataTable {
    uuid id PK
    text name
    text description "NULLABLE"
    text s3_path
    uuid owner_user_id FK "FK063: owner_user_id ∈ users.id"
    text document_type_id FK "FK064: (phase_id, document_type_id) ∈ phase_document_type.(phase_id, document_type_id)<br>FK097: (deliverable_type_id, document_type_id) ∈ deliverable_type_document_type.(deliverable_type_id, document_type_id)"
    uuid application_id FK "FK065: application_id ∈ application.id<br>FK094: (deliverable_id, application_id, deliverable_type_id) ∈ deliverable.(id, demonstration_id, deliverable_type_id)"
    text phase_id FK "FK064: (phase_id, document_type_id) ∈ phase_document_type.(phase_id, document_type_id)<br>NULLABLE"
    uuid deliverable_id FK "FK094: (deliverable_id, application_id, deliverable_type_id) ∈ deliverable.(id, demonstration_id, deliverable_type_id)<br>NULLABLE"
    text deliverable_type_id FK "FK094: (deliverable_id, application_id, deliverable_type_id) ∈ deliverable.(id, demonstration_id, deliverable_type_id)<br>FK097: (deliverable_type_id, document_type_id) ∈ deliverable_type_document_type.(deliverable_type_id, document_type_id)<br>NULLABLE"
    bool deliverable_is_cms_attached_file "NULLABLE"
    text infection_status
    text infection_threats
    timestamptz created_at
    timestamptz updated_at
    CONSTRAINT_CHECK check_non_empty_name "Validate that the name is not empty or only whitespace."
    CONSTRAINT_CHECK check_non_empty_s3_path "Validate that the S3 path is not empty or only whitespace."
    CONSTRAINT_CHECK check_phase_id_deliverable_id_null "Validate that at least one of phase_id and deliverable_id are NULL."
    CONSTRAINT_CHECK check_deliverable_null_states "If deliverable_id is NULL, deliverable_type_id and deliverable_is_cms_attached_file must be NULL.<br>If deliverable_id is NOT NULL, deliverable_type_id and deliverable_is_cms_attached_file must be NOT NULL."
    TRIGGER_BEFORE_UPDATE _disable_redundant_updates "Disable redundant database updates."
    HAS_HISTORY true
  }

  document_pending_upload:::dataTable {
    uuid id PK
    text name
    text description "NULLABLE"
    uuid owner_user_id FK "FK019: owner_user_id ∈ users.id"
    text document_type_id FK "FK052: (phase_id, document_type_id) ∈ phase_document_type.(phase_id, document_type_id)<br>FK098: (deliverable_type_id, document_type_id) ∈ deliverable_type_document_type.(deliverable_type_id, document_type_id)"
    uuid application_id FK "FK053: application_id ∈ application.id<br>FK095: (deliverable_id, application_id, deliverable_type_id) ∈ deliverable.(id, demonstration_id, deliverable_type_id)"
    text phase_id FK "FK052: (phase_id, document_type_id) ∈ phase_document_type.(phase_id, document_type_id)<br>NULLABLE"
    uuid deliverable_id FK "FK095: (deliverable_id, application_id, deliverable_type_id) ∈ deliverable.(id, demonstration_id, deliverable_type_id)<br>NULLABLE"
    text deliverable_type_id FK "FK095: (deliverable_id, application_id, deliverable_type_id) ∈ deliverable.(id, demonstration_id, deliverable_type_id)<br>FK098: (deliverable_type_id, document_type_id) ∈ deliverable_type_document_type.(deliverable_type_id, document_type_id)<br>NULLABLE"
    bool deliverable_is_cms_attached_file "NULLABLE"
    timestamptz created_at
    timestamptz updated_at
    CONSTRAINT_CHECK check_non_empty_name "Validate that the name is not empty or only whitespace."
    CONSTRAINT_CHECK check_phase_id_deliverable_id_null "Validate that at least one of phase_id and deliverable_id are NULL."
    CONSTRAINT_CHECK check_deliverable_null_states "If deliverable_id is NULL, deliverable_type_id and deliverable_is_cms_attached_file must be NULL.<br>If deliverable_id is NOT NULL, deliverable_type_id and deliverable_is_cms_attached_file must be NOT NULL."
    TRIGGER_BEFORE_UPDATE _disable_redundant_updates "Disable redundant database updates."
    HAS_HISTORY true
  }

  extension:::dataTable {
    uuid id PK, FK, UK "FK009: (id, application_type_id) ∈ application.(id, application_type_id) DEFERRED<br>UK: (id, application_type_id)"
    text application_type_id FK, UK "FK009: (id, application_type_id) ∈ application.(id, application_type_id) DEFERRED<br>UK: (id, application_type_id)<br>FK016: application_type_id ∈ extension_application_type_limit.id"
    uuid demonstration_id FK "FK012: demonstration_id ∈ demonstration.id"
    text name
    text description "NULLABLE"
    timestamptz effective_date "NULLABLE"
    text status_id FK "FK058: status_id ∈ application_status.id"
    text current_phase_id FK "FK059: current_phase_id ∈ phase.id"
    text signature_level_id FK "FK088: signature_level_id ∈ signature_level.id<br>NULLABLE"
    text clearance_level_id FK "FK086: clearance_level_id ∈ clearance_level.id"
    timestamptz created_at
    timestamptz updated_at
    CONSTRAINT_CHECK check_non_empty_name "Validate that the name is not empty or only whitespace."
    CONSTRAINT_CHECK check_extension_non_null_fields_when_approved  "Validate that required fields exist if extension is approved."
    TRIGGER_BEFORE_DELETE check_that_main_record_deleted_from_application "Verify that no corresponding record exists in the application table."
    TRIGGER_BEFORE_UPDATE _disable_redundant_updates "Disable redundant database updates."
    HAS_HISTORY true
  }

  person:::dataTable {
    uuid id PK, UK "UK: (id, person_type_id)"
    text person_type_id FK, UK "FK022: person_type_id ∈ person_type.id<br>UK: (id, person_type_id)"
    text email
    text first_name
    text last_name
    timestamptz created_at
    timestamptz updated_at
    TRIGGER_AFTER_INSERT assign_cms_user_to_all_states "Assign new CMS users to all states."
    TRIGGER_BEFORE_UPDATE _disable_redundant_updates "Disable redundant database updates."
    HAS_HISTORY true
  }

  private_comment:::dataTable {
    uuid id PK
    uuid deliverable_id FK "FK104: deliverable_id ∈ deliverable.id"
    uuid author_user_id FK "FK106: (author_user_id, author_person_type_id) ∈ users.(id, person_type_id)"
    text author_person_type_id FK "FK106: (author_user_id, author_person_type_id) ∈ users.(id, person_type_id)<br>FK108: author_person_type_id ∈ cms_user_person_type_limit.id"
    text content
    timestamptz created_at
    timestamptz updated_at
    TRIGGER_BEFORE_UPDATE _disable_redundant_updates "Disable redundant database updates."
    CONSTRAINT_CHECK check_non_empty_content "Validate that the content is not empty or only whitespace."
    HAS_HISTORY true
  }

  public_comment:::dataTable {
    uuid id PK
    uuid deliverable_id FK "FK105: deliverable_id ∈ deliverable.id"
    uuid author_user_id FK "FK107: author_user_id ∈ users.id"
    text content
    timestamptz created_at
    timestamptz updated_at
    TRIGGER_BEFORE_UPDATE _disable_redundant_updates "Disable redundant database updates."
    CONSTRAINT_CHECK check_non_empty_content "Validate that the content is not empty or only whitespace."
    HAS_HISTORY true
  }

  tag:::dataTable {
    text tag_name_id PK, FK "FK072: tag_name_id ∈ tag_name.id"
    text tag_type_id PK, FK "FK073: tag_type_id ∈ tag_type.id"
    text source_id FK "FK074: source_id ∈ tag_source.id"
    text status_id FK "FK075: status_id ∈ tag_status.id"
    timestamptz created_at
    timestamptz updated_at
    TRIGGER_BEFORE_UPDATE _disable_redundant_updates "Disable redundant database updates."
    HAS_HISTORY true
  }

  tag_name:::dataTable {
    text id PK
    timestamptz created_at
    timestamptz updated_at
    TRIGGER_BEFORE_UPDATE _disable_redundant_updates "Disable redundant database updates."
    HAS_HISTORY true
  }

  uipath_result:::dataTable {
    uuid id PK, UK "UK: (id, document_id, application_id)"
    text request_id UK "UK: request_id"
    jsonb response
    text project_id
    uuid document_id FK, UK "FK129: (document_id, application_id) ∈ document.(id, application_id)<br>UK: (id, document_id, application_id)<br>UK: document_id"
    uuid application_id FK "FK129: (document_id, application_id) ∈ document.(id, application_id)<br>UK: (id, document_id, application_id)"
    text status_id FK "FK131: status_id ∈ uipath_result_status.id"
    timestamptz created_at
    timestamptz updated_at
    TRIGGER_BEFORE_UPDATE _disable_redundant_updates "Disable redundant database updates."
    HAS_HISTORY true
  }

  uipath_value:::dataTable {
    uuid id PK, UK "UK: (id, application_id, field_id, value)"
    uuid uipath_result_id FK "FK130: (uipath_result_id, document_id, application_id) ∈ uipath_result.(id, document_id, application_id)"
    uuid document_id FK "FK130: (uipath_result_id, document_id, application_id) ∈ uipath_result.(id, document_id, application_id)"
    uuid application_id FK, UK "FK130: (uipath_result_id, document_id, application_id) ∈ uipath_result.(id, document_id, application_id)<br>UK: (id, application_id, field_id, value)"
    text field_id UK "UK: (id, application_id, field_id, value)"
    text value UK "UK: (id, application_id, field_id, value)"
    integer text_length
    integer text_start_index
    double confidence
    jsonb token_list
    timestamptz created_at
    timestamptz updated_at
    TRIGGER_BEFORE_UPDATE _disable_redundant_updates "Disable redundant database updates."
    HAS_HISTORY true
  }

  user_session:::dataTable {
    uuid user_id PK, FK "FK139: user_id ∈ users.id"
    timestamptz auth_time PK
    timestamptz last_auth_event_time
    integer auth_event_count
  }

  users:::dataTable {
    uuid id PK, FK, UK "FK023: (id, person_type_id) ∈ person.(id, person_type_id)<br>UK: (id, person_type_id)"
    text person_type_id FK, UK "FK023: (id, person_type_id) ∈ person.(id, person_type_id)<br>FK025: person_type_id ∈ user_person_type_limit.id<br>UK: (id, person_type_id)"
    uuid cognito_subject UK "UK: cognito_subject"
    text username
    timestamptz created_at
    timestamptz updated_at
    TRIGGER_BEFORE_UPDATE _disable_redundant_updates "Disable redundant database updates."
    HAS_HISTORY true
  }

  %% Associative Tables
  application_tag_assignment:::associativeTable {
    uuid application_id PK, FK "FK083: application_id ∈ application.id"
    text tag_name_id PK, FK "FK077: (tag_name_id, tag_type_id) ∈ tag.(tag_name_id, tag_type_id)"
    text tag_type_id FK "FK077: (tag_name_id, tag_type_id) ∈ tag.(tag_name_id, tag_type_id)<br>FK081: tag_type_id ∈ application_tag_type_limit.id"
    TRIGGER_BEFORE_UPDATE _disable_redundant_updates "Disable redundant database updates."
    HAS_HISTORY true
  }

  deliverable_action_configuration:::associativeTable {
    text action_type_id PK, FK "FK111: action_type_id ∈ deliverable_action_type.id"
    text old_status_id PK, FK "FK110: old_status_id ∈ deliverable_status.id"
    text new_status_id PK, FK "FK113: new_status_id ∈ deliverable_status.id"
  }

  deliverable_demonstration_type:::associativeTable {
    uuid deliverable_id PK, FK "FK137: (deliverable_id, demonstration_id) ∈ deliverable.(id, demonstration_id)"
    uuid demonstration_id PK, FK "FK137: (deliverable_id, demonstration_id) ∈ deliverable.(id, demonstration_id)<br>FK138: (demonstration_id, demonstration_type_tag_name_id) ∈ demonstration_type_tag_assignment.(demonstration_id, tag_name_id)"
    text demonstration_type_tag_name_id PK, FK "FK138: (demonstration_id, demonstration_type_tag_name_id) ∈ demonstration_type_tag_assignment.(demonstration_id, tag_name_id)"
    TRIGGER_BEFORE_UPDATE _disable_redundant_updates "Disable redundant database updates."
    HAS_HISTORY true
  }

  deliverable_type_document_type:::associativeTable {
    text deliverable_type_id PK, FK "FK091: deliverable_type_id ∈ deliverable_type.id"
    text document_type_id PK, FK "FK092: document_type_id ∈ document_type.id"
  }

  demonstration_role_assignment:::associativeTable {
    uuid person_id PK, FK "FK042: (person_id, state_id) ∈ person_state.(person_id, state_id)<br>FK048: (person_id, person_type_id) ∈ person.(id, person_type_id)"
    uuid demonstration_id PK, FK "FK050: (demonstration_id, state_id) ∈ demonstration.(id, state_id)"
    text role_id PK, FK "FK047: (role_id, person_type_id) ∈ role_person_type.(role_id, person_type_id)<br>FK049: (role_id, grant_level_id) ∈ role.(id, grant_level_id)"
    text state_id FK "FK042: (person_id, state_id) ∈ person_state.(person_id, state_id)<br>FK050: (demonstration_id, state_id) ∈ demonstration.(id, state_id)"
    text person_type_id FK "FK047: (role_id, person_type_id) ∈ role_person_type.(role_id, person_type_id)<br>FK048: (person_id, person_type_id) ∈ person.(id, person_type_id)"
    text grant_level_id FK "FK046: grant_level_id ∈ demonstration_grant_level_limit.id<br>FK049: (role_id, grant_level_id) ∈ role.(id, grant_level_id)"
    TRIGGER_BEFORE_UPDATE _disable_redundant_updates "Disable redundant database updates."
    HAS_HISTORY true
  }

  person_state:::associativeTable {
    uuid person_id PK, FK "FK044: person_id ∈ person.id"
    text state_id PK, FK "FK043: state_id ∈ state.id"
    TRIGGER_BEFORE_UPDATE _disable_redundant_updates "Disable redundant database updates."
    HAS_HISTORY true
  }

  phase_date_type:::associativeTable {
    text phase_id PK, FK "FK003: phase_id ∈ phase.id"
    text date_type_id PK, FK "FK017: date_type_id ∈ date_type.id"
  }

  phase_document_type:::associativeTable {
    text phase_id PK, FK "FK027: phase_id ∈ phase.id"
    text document_type_id PK, FK "FK028: document_type_id ∈ document_type.id"
  }

  phase_note_type:::associativeTable {
    text phase_id PK, FK "FK070: phase_id ∈ phase.id"
    text note_type_id PK, FK "FK071: note_type_id ∈ note_type.id"
  }

  phase_phase_status:::associativeTable {
    text phase_id PK, FK "FK066: phase_id ∈ phase.id"
    text phase_status_id PK, FK "FK067: phase_status_id ∈ phase_status.id"
  }

  primary_demonstration_role_assignment:::associativeTable {
    uuid person_id FK, UK "FK051: (person_id, demonstration_id, role_id) ∈ demonstration_role_assignment.(person_id, demonstration_id, role_id)<br>UK: (person_id, demonstration_id, role_id)"
    uuid demonstration_id PK, FK, UK "FK051: (person_id, demonstration_id, role_id) ∈ demonstration_role_assignment.(person_id, demonstration_id, role_id)<br>UK: (person_id, demonstration_id, role_id)"
    text role_id PK, FK, UK "FK051: (person_id, demonstration_id, role_id) ∈ demonstration_role_assignment.(person_id, demonstration_id, role_id)<br>UK: (person_id, demonstration_id, role_id)"
    CONSTRAINT_TRIGGER_DEFERRABLE_AFTER_UPDATE_OR_DELETE check_demonstration_retains_primary_project_officer "Check that a primary project officer still exists."
    TRIGGER_BEFORE_UPDATE _disable_redundant_updates "Disable redundant database updates."
    HAS_HISTORY true
  }

  role_permission:::associativeTable {
    text role_id PK, FK "FK033: (role_id, grant_level_id) ∈ role.(id, grant_level_id)"
    text grant_level_id PK, FK "FK033: (role_id, grant_level_id) ∈ role.(id, grant_level_id)<br>FK034: (permission_id, grant_level_id) ∈ permission.(id, grant_level_id)"
    text permission_id PK, FK "FK034: (permission_id, grant_level_id) ∈ permission.(id, grant_level_id)"
    TRIGGER_BEFORE_UPDATE _disable_redundant_updates "Disable redundant database updates."
    HAS_HISTORY true
  }

  role_person_type:::associativeTable {
    text role_id PK, FK "FK032: role_id ∈ role.id"
    text person_type_id PK, FK "FK031: person_type_id ∈ person_type.id"
  }

  system_role_assignment:::associativeTable {
    uuid person_id PK, FK "FK039: (person_id, person_type_id) ∈ person.(id, person_type_id)"
    text role_id PK, FK "FK038: (role_id, person_type_id) ∈ role_person_type.(role_id, person_type_id)<br>FK040: (role_id, grant_level_id) ∈ role.(id, grant_level_id)"
    text person_type_id FK "FK038: (role_id, person_type_id) ∈ role_person_type.(role_id, person_type_id)<br>FK039: (person_id, person_type_id) ∈ person.(id, person_type_id)"
    text grant_level_id FK "FK040: (role_id, grant_level_id) ∈ role.(id, grant_level_id)<br>FK041: grant_level_id ∈ system_grant_level_limit.id"
    TRIGGER_BEFORE_UPDATE _disable_redundant_updates "Disable redundant database updates."
    HAS_HISTORY true
  }

  %% Legend
  Legend:::legend {
    text StaticConstraint "Red"
    text TypeLimiter "Blue"
    text AssociativeTable "Purple"
    text DataTable "Green"
    text NOTE "HAS_HISTORY true indicates that a table has a _history table as well."
    text NOTE "Dashed lines indicate foreign keys added for convenience in using Prisma."
  }
